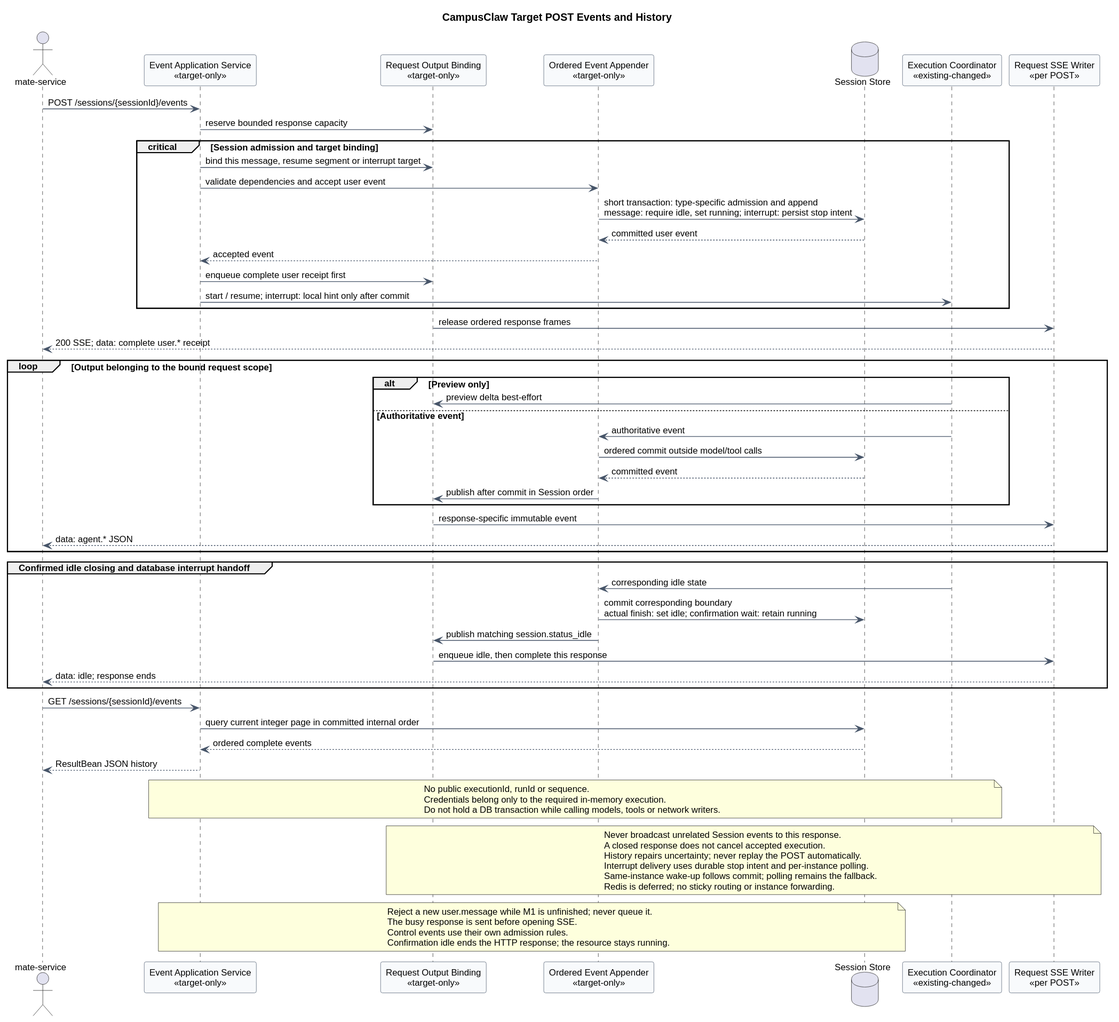
The PlantUML diagram 01-总体架构/01-CampusClaw多Agent运行时/设计图/事件接口重设计/target_session_events_resource_model.svg in ssm0808/pi-mono-java-design, before a commit.
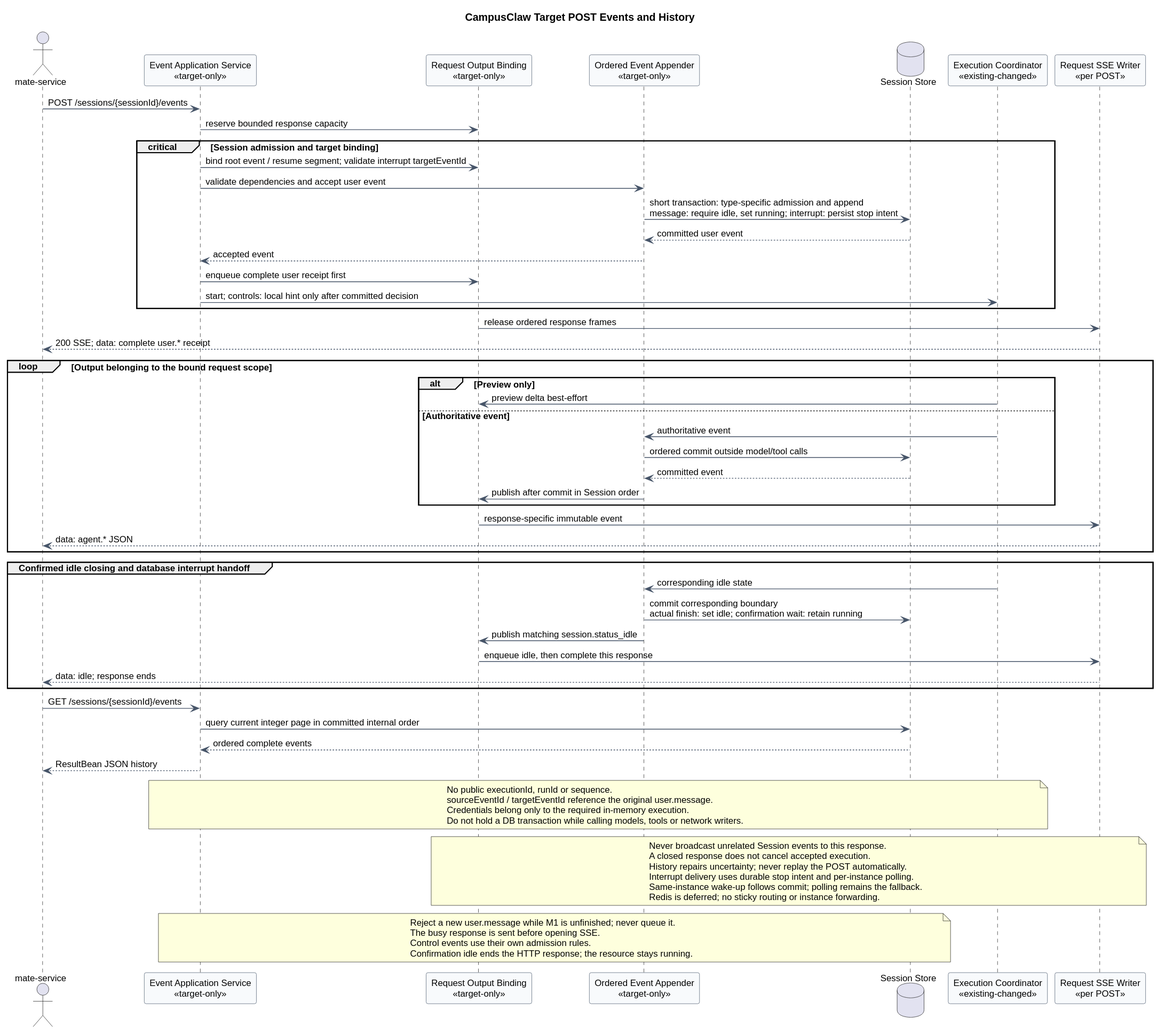
After the change.

Change to the diagram source:
```diff
@@ -20,13 +20,13 @@
 Mate -> API : POST /sessions/{sessionId}/events
 API -> Binding : reserve bounded response capacity
 critical Session admission and target binding
-  API -> Binding : bind this message, resume segment or interrupt target
+  API -> Binding : bind root event / resume segment; validate interrupt targetEventId
   API -> Append : validate dependencies and accept user event
   Append -> Store : short transaction: type-specific admission and append\nmessage: require idle, set running; interrupt: persist stop intent
   Store --> Append : committed user event
   Append --> API : accepted event
   API -> Binding : enqueue complete user receipt first
-  API -> Execution : start / resume; interrupt: local hint only after commit
+  API -> Execution : start; controls: local hint only after committed decision
 end
 Binding -> Writer : release ordered response frames
 Writer --> Mate : 200 SSE; data: complete user.* receipt
@@ -57,6 +57,7 @@
 
 note over API,Execution
 No public executionId, runId or sequence.
+sourceEventId / targetEventId reference the original user.message.
 Credentials belong only to the required in-memory execution.
 Do not hold a DB transaction while calling models, tools or network writers.
 end note
```
